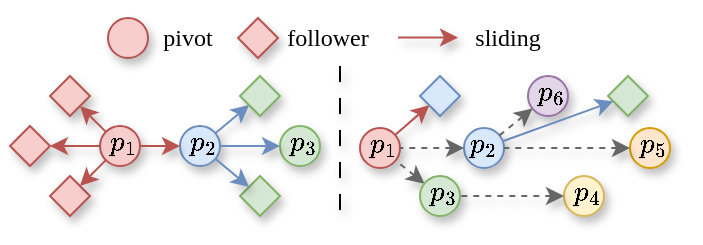
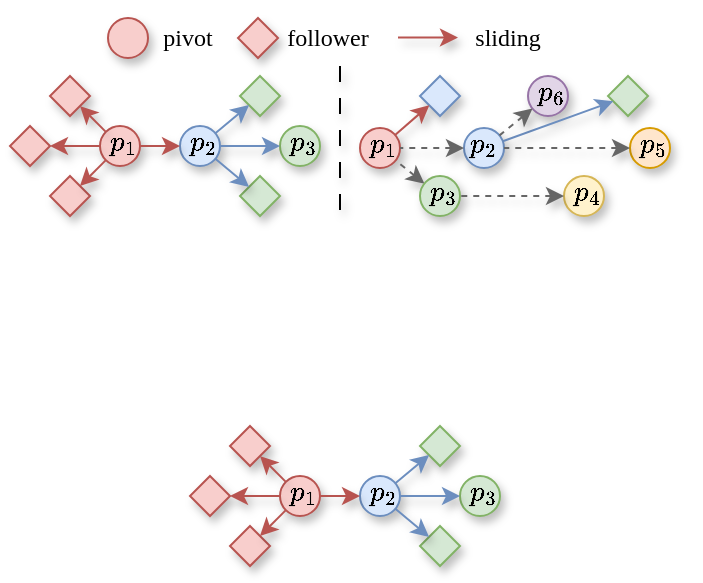
<mxfile host="app.diagrams.net">
  <diagram name="第 1 页" id="6DTQZI43wFjT-DsdCTgL">
-     <mxGraphModel dx="441" dy="1076" grid="1" gridSize="10" guides="1" tooltips="1" connect="1" arrows="1" fold="1" page="1" pageScale="1" pageWidth="827" pageHeight="1169" math="1" shadow="0">
+     <mxGraphModel dx="498" dy="352" grid="1" gridSize="10" guides="1" tooltips="1" connect="1" arrows="1" fold="1" page="1" pageScale="1" pageWidth="827" pageHeight="1169" math="1" shadow="0">
      <root>
        <mxCell id="0" />
        <mxCell id="1" parent="0" />
        <mxCell id="bOLw4BUNBPlwtmLg7S2c-1" parent="1" style="ellipse;whiteSpace=wrap;html=1;aspect=fixed;fillColor=#f8cecc;strokeColor=#b85450;shadow=1;" value="" vertex="1">
          <mxGeometry height="20" width="20" x="150" y="520" as="geometry" />
        </mxCell>
        <mxCell id="bOLw4BUNBPlwtmLg7S2c-2" parent="1" style="ellipse;whiteSpace=wrap;html=1;aspect=fixed;fillColor=#dae8fc;strokeColor=#6c8ebf;shadow=1;" value="" vertex="1">
          <mxGeometry height="20" width="20" x="190" y="520" as="geometry" />
        </mxCell>
        <mxCell id="bOLw4BUNBPlwtmLg7S2c-5" parent="1" style="rhombus;whiteSpace=wrap;html=1;fillColor=#f8cecc;strokeColor=#b85450;shadow=1;" value="" vertex="1">
          <mxGeometry height="20" width="20" x="125" y="495" as="geometry" />
        </mxCell>
        <mxCell id="bOLw4BUNBPlwtmLg7S2c-6" parent="1" style="rhombus;whiteSpace=wrap;html=1;fillColor=#f8cecc;strokeColor=#b85450;shadow=1;" value="" vertex="1">
          <mxGeometry height="20" width="20" x="105" y="520" as="geometry" />
        </mxCell>
        <mxCell id="bOLw4BUNBPlwtmLg7S2c-7" parent="1" style="rhombus;whiteSpace=wrap;html=1;fillColor=#f8cecc;strokeColor=#b85450;shadow=1;" value="" vertex="1">
          <mxGeometry height="20" width="20" x="125" y="545" as="geometry" />
        </mxCell>
        <mxCell id="bOLw4BUNBPlwtmLg7S2c-8" parent="1" style="rhombus;whiteSpace=wrap;html=1;fillColor=#d5e8d4;strokeColor=#82b366;shadow=1;" value="" vertex="1">
          <mxGeometry height="20" width="20" x="220" y="495" as="geometry" />
        </mxCell>
        <mxCell id="bOLw4BUNBPlwtmLg7S2c-10" parent="1" style="rhombus;whiteSpace=wrap;html=1;fillColor=#d5e8d4;strokeColor=#82b366;shadow=1;" value="" vertex="1">
          <mxGeometry height="20" width="20" x="220" y="545" as="geometry" />
        </mxCell>
        <mxCell id="bOLw4BUNBPlwtmLg7S2c-11" parent="1" style="ellipse;whiteSpace=wrap;html=1;aspect=fixed;fillColor=#d5e8d4;strokeColor=#82b366;shadow=1;" value="" vertex="1">
          <mxGeometry height="20" width="20" x="240" y="520" as="geometry" />
        </mxCell>
        <mxCell id="bOLw4BUNBPlwtmLg7S2c-12" edge="1" parent="1" source="bOLw4BUNBPlwtmLg7S2c-5" style="endArrow=none;html=1;rounded=0;fillColor=#f8cecc;strokeColor=#b85450;startArrow=classic;startFill=1;shadow=1;" target="bOLw4BUNBPlwtmLg7S2c-1" value="">
          <mxGeometry height="50" relative="1" width="50" as="geometry">
            <mxPoint x="220" y="600" as="sourcePoint" />
            <mxPoint x="270" y="550" as="targetPoint" />
          </mxGeometry>
        </mxCell>
        <mxCell id="bOLw4BUNBPlwtmLg7S2c-13" edge="1" parent="1" source="bOLw4BUNBPlwtmLg7S2c-6" style="endArrow=none;html=1;rounded=0;fillColor=#f8cecc;strokeColor=#b85450;startArrow=classic;startFill=1;shadow=1;" target="bOLw4BUNBPlwtmLg7S2c-1" value="">
          <mxGeometry height="50" relative="1" width="50" as="geometry">
            <mxPoint x="170" y="570" as="sourcePoint" />
            <mxPoint x="198" y="598" as="targetPoint" />
          </mxGeometry>
        </mxCell>
        <mxCell id="bOLw4BUNBPlwtmLg7S2c-14" edge="1" parent="1" source="bOLw4BUNBPlwtmLg7S2c-7" style="endArrow=none;html=1;rounded=0;fillColor=#f8cecc;strokeColor=#b85450;startArrow=classic;startFill=1;shadow=1;" target="bOLw4BUNBPlwtmLg7S2c-1" value="">
          <mxGeometry height="50" relative="1" width="50" as="geometry">
            <mxPoint x="150" y="580" as="sourcePoint" />
            <mxPoint x="190" y="580" as="targetPoint" />
          </mxGeometry>
        </mxCell>
        <mxCell id="bOLw4BUNBPlwtmLg7S2c-15" edge="1" parent="1" source="bOLw4BUNBPlwtmLg7S2c-2" style="endArrow=none;html=1;rounded=0;fillColor=#f8cecc;strokeColor=#b85450;startArrow=classic;startFill=1;shadow=1;" target="bOLw4BUNBPlwtmLg7S2c-1" value="">
          <mxGeometry height="50" relative="1" width="50" as="geometry">
            <mxPoint x="170.00017864750578" y="532.0002156090586" as="sourcePoint" />
            <mxPoint x="221.62" y="594.3" as="targetPoint" />
          </mxGeometry>
        </mxCell>
        <mxCell id="bOLw4BUNBPlwtmLg7S2c-16" edge="1" parent="1" source="bOLw4BUNBPlwtmLg7S2c-8" style="endArrow=none;html=1;rounded=0;fillColor=#dae8fc;strokeColor=#6c8ebf;startArrow=classic;startFill=1;shadow=1;" target="bOLw4BUNBPlwtmLg7S2c-2" value="">
          <mxGeometry height="50" relative="1" width="50" as="geometry">
            <mxPoint x="237.1428571428571" y="443.5728571428571" as="sourcePoint" />
            <mxPoint x="200" y="536.43" as="targetPoint" />
          </mxGeometry>
        </mxCell>
        <mxCell id="bOLw4BUNBPlwtmLg7S2c-17" edge="1" parent="1" source="bOLw4BUNBPlwtmLg7S2c-11" style="endArrow=none;html=1;rounded=0;fillColor=#dae8fc;strokeColor=#6c8ebf;startArrow=classic;startFill=1;shadow=1;" target="bOLw4BUNBPlwtmLg7S2c-2" value="">
          <mxGeometry height="50" relative="1" width="50" as="geometry">
            <mxPoint x="248" y="530" as="sourcePoint" />
            <mxPoint x="220" y="558" as="targetPoint" />
          </mxGeometry>
        </mxCell>
        <mxCell id="bOLw4BUNBPlwtmLg7S2c-18" edge="1" parent="1" source="bOLw4BUNBPlwtmLg7S2c-10" style="endArrow=none;html=1;rounded=0;fillColor=#dae8fc;strokeColor=#6c8ebf;startArrow=classic;startFill=1;shadow=1;" target="bOLw4BUNBPlwtmLg7S2c-2" value="">
          <mxGeometry height="50" relative="1" width="50" as="geometry">
            <mxPoint x="300" y="570" as="sourcePoint" />
            <mxPoint x="260" y="570" as="targetPoint" />
          </mxGeometry>
        </mxCell>
        <mxCell id="bOLw4BUNBPlwtmLg7S2c-21" parent="1" style="ellipse;whiteSpace=wrap;html=1;aspect=fixed;fillColor=#f8cecc;strokeColor=#b85450;shadow=1;" value="" vertex="1">
          <mxGeometry height="20" width="20" x="280" y="521" as="geometry" />
        </mxCell>
        <mxCell id="bOLw4BUNBPlwtmLg7S2c-22" parent="1" style="rhombus;whiteSpace=wrap;html=1;fillColor=#dae8fc;strokeColor=#6c8ebf;shadow=1;" value="" vertex="1">
          <mxGeometry height="20" width="20" x="310" y="495" as="geometry" />
        </mxCell>
        <mxCell id="bOLw4BUNBPlwtmLg7S2c-24" parent="1" style="ellipse;whiteSpace=wrap;html=1;aspect=fixed;fillColor=#dae8fc;strokeColor=#6c8ebf;shadow=1;" value="" vertex="1">
          <mxGeometry height="20" width="20" x="332" y="521" as="geometry" />
        </mxCell>
        <mxCell id="bOLw4BUNBPlwtmLg7S2c-25" edge="1" parent="1" source="bOLw4BUNBPlwtmLg7S2c-22" style="endArrow=none;html=1;rounded=0;fillColor=#f8cecc;strokeColor=#b85450;startArrow=classic;startFill=1;shadow=1;" target="bOLw4BUNBPlwtmLg7S2c-21" value="">
          <mxGeometry height="50" relative="1" width="50" as="geometry">
            <mxPoint x="327.1428571428571" y="444.5728571428572" as="sourcePoint" />
            <mxPoint x="290" y="537.43" as="targetPoint" />
          </mxGeometry>
        </mxCell>
        <mxCell id="bOLw4BUNBPlwtmLg7S2c-26" edge="1" parent="1" source="bOLw4BUNBPlwtmLg7S2c-24" style="endArrow=none;html=1;rounded=0;fillColor=#f8cecc;strokeColor=#666666;startArrow=classic;startFill=1;dashed=1;shadow=1;" target="bOLw4BUNBPlwtmLg7S2c-21" value="">
          <mxGeometry height="50" relative="1" width="50" as="geometry">
            <mxPoint x="338" y="531" as="sourcePoint" />
            <mxPoint x="310" y="559" as="targetPoint" />
          </mxGeometry>
        </mxCell>
        <mxCell id="bOLw4BUNBPlwtmLg7S2c-27" edge="1" parent="1" source="bOLw4BUNBPlwtmLg7S2c-29" style="endArrow=none;html=1;rounded=0;fillColor=#f8cecc;strokeColor=#666666;startArrow=classic;startFill=1;dashed=1;shadow=1;" target="bOLw4BUNBPlwtmLg7S2c-21" value="">
          <mxGeometry height="50" relative="1" width="50" as="geometry">
            <mxPoint x="325" y="566" as="sourcePoint" />
            <mxPoint x="350" y="571" as="targetPoint" />
          </mxGeometry>
        </mxCell>
        <mxCell id="bOLw4BUNBPlwtmLg7S2c-29" parent="1" style="ellipse;whiteSpace=wrap;html=1;aspect=fixed;fillColor=#d5e8d4;strokeColor=#82b366;shadow=1;" value="" vertex="1">
          <mxGeometry height="20" width="20" x="310" y="545" as="geometry" />
        </mxCell>
        <mxCell id="bOLw4BUNBPlwtmLg7S2c-30" parent="1" style="ellipse;whiteSpace=wrap;html=1;aspect=fixed;fillColor=#e1d5e7;strokeColor=#9673a6;shadow=1;" value="" vertex="1">
          <mxGeometry height="20" width="20" x="364" y="495" as="geometry" />
        </mxCell>
        <mxCell id="bOLw4BUNBPlwtmLg7S2c-31" parent="1" style="ellipse;whiteSpace=wrap;html=1;aspect=fixed;fillColor=#ffe6cc;strokeColor=#d79b00;shadow=1;" value="" vertex="1">
          <mxGeometry height="20" width="20" x="415" y="521" as="geometry" />
        </mxCell>
        <mxCell id="bOLw4BUNBPlwtmLg7S2c-32" parent="1" style="ellipse;whiteSpace=wrap;html=1;aspect=fixed;fillColor=#fff2cc;strokeColor=#d6b656;shadow=1;" value="" vertex="1">
          <mxGeometry height="20" width="20" x="382" y="545" as="geometry" />
        </mxCell>
        <mxCell id="bOLw4BUNBPlwtmLg7S2c-34" parent="1" style="rhombus;whiteSpace=wrap;html=1;fillColor=#d5e8d4;strokeColor=#82b366;shadow=1;" value="" vertex="1">
          <mxGeometry height="20" width="20" x="404" y="495" as="geometry" />
        </mxCell>
        <mxCell id="bOLw4BUNBPlwtmLg7S2c-36" edge="1" parent="1" style="endArrow=none;html=1;rounded=0;dashed=1;dashPattern=8 8;shadow=1;" value="">
          <mxGeometry height="50" relative="1" width="50" as="geometry">
            <mxPoint x="270" y="490" as="sourcePoint" />
            <mxPoint x="270" y="570" as="targetPoint" />
          </mxGeometry>
        </mxCell>
        <mxCell id="bOLw4BUNBPlwtmLg7S2c-37" edge="1" parent="1" source="bOLw4BUNBPlwtmLg7S2c-34" style="endArrow=none;html=1;rounded=0;fillColor=#dae8fc;strokeColor=#6c8ebf;startArrow=classic;startFill=1;shadow=1;" target="bOLw4BUNBPlwtmLg7S2c-24" value="">
          <mxGeometry height="50" relative="1" width="50" as="geometry">
            <mxPoint x="408" y="551" as="sourcePoint" />
            <mxPoint x="380" y="579" as="targetPoint" />
          </mxGeometry>
        </mxCell>
        <mxCell id="bOLw4BUNBPlwtmLg7S2c-38" edge="1" parent="1" source="bOLw4BUNBPlwtmLg7S2c-32" style="endArrow=none;html=1;rounded=0;fillColor=#f8cecc;strokeColor=#666666;startArrow=classic;startFill=1;dashed=1;shadow=1;" target="bOLw4BUNBPlwtmLg7S2c-29" value="">
          <mxGeometry height="50" relative="1" width="50" as="geometry">
            <mxPoint x="390" y="551" as="sourcePoint" />
            <mxPoint x="350" y="551" as="targetPoint" />
          </mxGeometry>
        </mxCell>
        <mxCell id="bOLw4BUNBPlwtmLg7S2c-39" edge="1" parent="1" source="bOLw4BUNBPlwtmLg7S2c-30" style="endArrow=none;html=1;rounded=0;fillColor=#f8cecc;strokeColor=#666666;startArrow=classic;startFill=1;dashed=1;shadow=1;" target="bOLw4BUNBPlwtmLg7S2c-24" value="">
          <mxGeometry height="50" relative="1" width="50" as="geometry">
            <mxPoint x="500" y="591" as="sourcePoint" />
            <mxPoint x="430" y="591" as="targetPoint" />
          </mxGeometry>
        </mxCell>
        <mxCell id="bOLw4BUNBPlwtmLg7S2c-40" edge="1" parent="1" source="bOLw4BUNBPlwtmLg7S2c-31" style="endArrow=none;html=1;rounded=0;fillColor=#f8cecc;strokeColor=#666666;startArrow=classic;startFill=1;dashed=1;shadow=1;" target="bOLw4BUNBPlwtmLg7S2c-24" value="">
          <mxGeometry height="50" relative="1" width="50" as="geometry">
            <mxPoint x="470" y="561" as="sourcePoint" />
            <mxPoint x="430" y="563" as="targetPoint" />
          </mxGeometry>
        </mxCell>
        <mxCell id="bOLw4BUNBPlwtmLg7S2c-42" parent="1" style="ellipse;whiteSpace=wrap;html=1;fillColor=#f8cecc;strokeColor=#b85450;shadow=1;" value="" vertex="1">
          <mxGeometry height="20" width="20" x="154" y="466" as="geometry" />
        </mxCell>
        <mxCell id="bOLw4BUNBPlwtmLg7S2c-43" parent="1" style="text;html=1;whiteSpace=wrap;strokeColor=none;fillColor=none;align=center;verticalAlign=middle;rounded=0;shadow=1;" value="&lt;font face=&quot;Times New Roman&quot;&gt;pivot&lt;/font&gt;" vertex="1">
          <mxGeometry height="30" width="60" x="164" y="461" as="geometry" />
        </mxCell>
        <mxCell id="bOLw4BUNBPlwtmLg7S2c-44" parent="1" style="rhombus;whiteSpace=wrap;html=1;fillColor=#f8cecc;strokeColor=#b85450;shadow=1;" value="" vertex="1">
          <mxGeometry height="20" width="20" x="219" y="466" as="geometry" />
        </mxCell>
        <mxCell id="bOLw4BUNBPlwtmLg7S2c-45" parent="1" style="text;html=1;whiteSpace=wrap;strokeColor=none;fillColor=none;align=center;verticalAlign=middle;rounded=0;shadow=1;" value="&lt;font face=&quot;Times New Roman&quot;&gt;follower&lt;/font&gt;" vertex="1">
          <mxGeometry height="30" width="60" x="234" y="461" as="geometry" />
        </mxCell>
        <mxCell id="bOLw4BUNBPlwtmLg7S2c-46" edge="1" parent="1" style="endArrow=none;html=1;rounded=0;fillColor=#f8cecc;strokeColor=#b85450;startArrow=classic;startFill=1;shadow=1;" value="">
          <mxGeometry height="50" relative="1" width="50" as="geometry">
            <mxPoint x="329" y="475.76" as="sourcePoint" />
            <mxPoint x="299" y="475.76" as="targetPoint" />
          </mxGeometry>
        </mxCell>
        <mxCell id="bOLw4BUNBPlwtmLg7S2c-47" parent="1" style="text;html=1;whiteSpace=wrap;strokeColor=none;fillColor=none;align=center;verticalAlign=middle;rounded=0;shadow=1;" value="&lt;font face=&quot;Times New Roman&quot;&gt;sliding&lt;/font&gt;" vertex="1">
          <mxGeometry height="30" width="60" x="324" y="461" as="geometry" />
        </mxCell>
        <mxCell id="mxuoR5gjSK6Hbij5tWnN-3" parent="1" style="text;html=1;whiteSpace=wrap;strokeColor=none;fillColor=none;align=center;verticalAlign=middle;rounded=0;" value="$$p_1$$" vertex="1">
          <mxGeometry height="20" width="20" x="282" y="519" as="geometry" />
        </mxCell>
        <mxCell id="mxuoR5gjSK6Hbij5tWnN-4" parent="1" style="text;html=1;whiteSpace=wrap;strokeColor=none;fillColor=none;align=center;verticalAlign=middle;rounded=0;" value="$$p_1$$" vertex="1">
          <mxGeometry height="20" width="20" x="152" y="518" as="geometry" />
        </mxCell>
        <mxCell id="mxuoR5gjSK6Hbij5tWnN-5" parent="1" style="text;html=1;whiteSpace=wrap;strokeColor=none;fillColor=none;align=center;verticalAlign=middle;rounded=0;" value="$$p_2$$" vertex="1">
          <mxGeometry height="20" width="20" x="192" y="518" as="geometry" />
        </mxCell>
        <mxCell id="mxuoR5gjSK6Hbij5tWnN-6" parent="1" style="text;html=1;whiteSpace=wrap;strokeColor=none;fillColor=none;align=center;verticalAlign=middle;rounded=0;" value="$$p_2$$" vertex="1">
          <mxGeometry height="20" width="20" x="332" y="519" as="geometry" />
        </mxCell>
        <mxCell id="mxuoR5gjSK6Hbij5tWnN-7" parent="1" style="text;html=1;whiteSpace=wrap;strokeColor=none;fillColor=none;align=center;verticalAlign=middle;rounded=0;" value="$$p_3$$" vertex="1">
          <mxGeometry height="20" width="20" x="312" y="543" as="geometry" />
        </mxCell>
        <mxCell id="mxuoR5gjSK6Hbij5tWnN-8" parent="1" style="text;html=1;whiteSpace=wrap;strokeColor=none;fillColor=none;align=center;verticalAlign=middle;rounded=0;" value="$$p_3$$" vertex="1">
          <mxGeometry height="20" width="20" x="242" y="518" as="geometry" />
        </mxCell>
        <mxCell id="mxuoR5gjSK6Hbij5tWnN-9" parent="1" style="text;html=1;whiteSpace=wrap;strokeColor=none;fillColor=none;align=center;verticalAlign=middle;rounded=0;" value="$$p_4$$" vertex="1">
          <mxGeometry height="20" width="20" x="384" y="543" as="geometry" />
        </mxCell>
        <mxCell id="mxuoR5gjSK6Hbij5tWnN-10" parent="1" style="text;html=1;whiteSpace=wrap;strokeColor=none;fillColor=none;align=center;verticalAlign=middle;rounded=0;" value="$$p_5$$" vertex="1">
          <mxGeometry height="20" width="20" x="417" y="519" as="geometry" />
        </mxCell>
        <mxCell id="mxuoR5gjSK6Hbij5tWnN-11" parent="1" style="text;html=1;whiteSpace=wrap;strokeColor=none;fillColor=none;align=center;verticalAlign=middle;rounded=0;" value="$$p_6$$" vertex="1">
          <mxGeometry height="20" width="20" x="366" y="493" as="geometry" />
        </mxCell>
+         <mxCell id="tk2ec_w7xnF3TCXCBOF0-1" parent="1" style="ellipse;whiteSpace=wrap;html=1;aspect=fixed;fillColor=#f8cecc;strokeColor=#b85450;shadow=1;" value="" vertex="1">
+           <mxGeometry height="20" width="20" x="240" y="695" as="geometry" />
+         </mxCell>
+         <mxCell id="tk2ec_w7xnF3TCXCBOF0-2" parent="1" style="ellipse;whiteSpace=wrap;html=1;aspect=fixed;fillColor=#dae8fc;strokeColor=#6c8ebf;shadow=1;" value="" vertex="1">
+           <mxGeometry height="20" width="20" x="280" y="695" as="geometry" />
+         </mxCell>
+         <mxCell id="tk2ec_w7xnF3TCXCBOF0-3" parent="1" style="rhombus;whiteSpace=wrap;html=1;fillColor=#f8cecc;strokeColor=#b85450;shadow=1;" value="" vertex="1">
+           <mxGeometry height="20" width="20" x="215" y="670" as="geometry" />
+         </mxCell>
+         <mxCell id="tk2ec_w7xnF3TCXCBOF0-4" parent="1" style="rhombus;whiteSpace=wrap;html=1;fillColor=#f8cecc;strokeColor=#b85450;shadow=1;" value="" vertex="1">
+           <mxGeometry height="20" width="20" x="195" y="695" as="geometry" />
+         </mxCell>
+         <mxCell id="tk2ec_w7xnF3TCXCBOF0-5" parent="1" style="rhombus;whiteSpace=wrap;html=1;fillColor=#f8cecc;strokeColor=#b85450;shadow=1;" value="" vertex="1">
+           <mxGeometry height="20" width="20" x="215" y="720" as="geometry" />
+         </mxCell>
+         <mxCell id="tk2ec_w7xnF3TCXCBOF0-6" parent="1" style="rhombus;whiteSpace=wrap;html=1;fillColor=#d5e8d4;strokeColor=#82b366;shadow=1;" value="" vertex="1">
+           <mxGeometry height="20" width="20" x="310" y="670" as="geometry" />
+         </mxCell>
+         <mxCell id="tk2ec_w7xnF3TCXCBOF0-7" parent="1" style="rhombus;whiteSpace=wrap;html=1;fillColor=#d5e8d4;strokeColor=#82b366;shadow=1;" value="" vertex="1">
+           <mxGeometry height="20" width="20" x="310" y="720" as="geometry" />
+         </mxCell>
+         <mxCell id="tk2ec_w7xnF3TCXCBOF0-8" parent="1" style="ellipse;whiteSpace=wrap;html=1;aspect=fixed;fillColor=#d5e8d4;strokeColor=#82b366;shadow=1;" value="" vertex="1">
+           <mxGeometry height="20" width="20" x="330" y="695" as="geometry" />
+         </mxCell>
+         <mxCell id="tk2ec_w7xnF3TCXCBOF0-9" edge="1" parent="1" source="tk2ec_w7xnF3TCXCBOF0-3" style="endArrow=none;html=1;rounded=0;fillColor=#f8cecc;strokeColor=#b85450;startArrow=classic;startFill=1;shadow=1;" target="tk2ec_w7xnF3TCXCBOF0-1" value="">
+           <mxGeometry height="50" relative="1" width="50" as="geometry">
+             <mxPoint x="310" y="775" as="sourcePoint" />
+             <mxPoint x="360" y="725" as="targetPoint" />
+           </mxGeometry>
+         </mxCell>
+         <mxCell id="tk2ec_w7xnF3TCXCBOF0-10" edge="1" parent="1" source="tk2ec_w7xnF3TCXCBOF0-4" style="endArrow=none;html=1;rounded=0;fillColor=#f8cecc;strokeColor=#b85450;startArrow=classic;startFill=1;shadow=1;" target="tk2ec_w7xnF3TCXCBOF0-1" value="">
+           <mxGeometry height="50" relative="1" width="50" as="geometry">
+             <mxPoint x="260" y="745" as="sourcePoint" />
+             <mxPoint x="288" y="773" as="targetPoint" />
+           </mxGeometry>
+         </mxCell>
+         <mxCell id="tk2ec_w7xnF3TCXCBOF0-11" edge="1" parent="1" source="tk2ec_w7xnF3TCXCBOF0-5" style="endArrow=none;html=1;rounded=0;fillColor=#f8cecc;strokeColor=#b85450;startArrow=classic;startFill=1;shadow=1;" target="tk2ec_w7xnF3TCXCBOF0-1" value="">
+           <mxGeometry height="50" relative="1" width="50" as="geometry">
+             <mxPoint x="240" y="755" as="sourcePoint" />
+             <mxPoint x="280" y="755" as="targetPoint" />
+           </mxGeometry>
+         </mxCell>
+         <mxCell id="tk2ec_w7xnF3TCXCBOF0-12" edge="1" parent="1" source="tk2ec_w7xnF3TCXCBOF0-2" style="endArrow=none;html=1;rounded=0;fillColor=#f8cecc;strokeColor=#b85450;startArrow=classic;startFill=1;shadow=1;" target="tk2ec_w7xnF3TCXCBOF0-1" value="">
+           <mxGeometry height="50" relative="1" width="50" as="geometry">
+             <mxPoint x="260.0001786475058" y="707.0002156090586" as="sourcePoint" />
+             <mxPoint x="311.62" y="769.3" as="targetPoint" />
+           </mxGeometry>
+         </mxCell>
+         <mxCell id="tk2ec_w7xnF3TCXCBOF0-13" edge="1" parent="1" source="tk2ec_w7xnF3TCXCBOF0-6" style="endArrow=none;html=1;rounded=0;fillColor=#dae8fc;strokeColor=#6c8ebf;startArrow=classic;startFill=1;shadow=1;" target="tk2ec_w7xnF3TCXCBOF0-2" value="">
+           <mxGeometry height="50" relative="1" width="50" as="geometry">
+             <mxPoint x="327.1428571428571" y="618.5728571428572" as="sourcePoint" />
+             <mxPoint x="290" y="711.43" as="targetPoint" />
+           </mxGeometry>
+         </mxCell>
+         <mxCell id="tk2ec_w7xnF3TCXCBOF0-14" edge="1" parent="1" source="tk2ec_w7xnF3TCXCBOF0-8" style="endArrow=none;html=1;rounded=0;fillColor=#dae8fc;strokeColor=#6c8ebf;startArrow=classic;startFill=1;shadow=1;" target="tk2ec_w7xnF3TCXCBOF0-2" value="">
+           <mxGeometry height="50" relative="1" width="50" as="geometry">
+             <mxPoint x="338" y="705" as="sourcePoint" />
+             <mxPoint x="310" y="733" as="targetPoint" />
+           </mxGeometry>
+         </mxCell>
+         <mxCell id="tk2ec_w7xnF3TCXCBOF0-15" edge="1" parent="1" source="tk2ec_w7xnF3TCXCBOF0-7" style="endArrow=none;html=1;rounded=0;fillColor=#dae8fc;strokeColor=#6c8ebf;startArrow=classic;startFill=1;shadow=1;" target="tk2ec_w7xnF3TCXCBOF0-2" value="">
+           <mxGeometry height="50" relative="1" width="50" as="geometry">
+             <mxPoint x="390" y="745" as="sourcePoint" />
+             <mxPoint x="350" y="745" as="targetPoint" />
+           </mxGeometry>
+         </mxCell>
+         <mxCell id="tk2ec_w7xnF3TCXCBOF0-16" parent="1" style="text;html=1;whiteSpace=wrap;strokeColor=none;fillColor=none;align=center;verticalAlign=middle;rounded=0;" value="$$p_1$$" vertex="1">
+           <mxGeometry height="20" width="20" x="242" y="693" as="geometry" />
+         </mxCell>
+         <mxCell id="tk2ec_w7xnF3TCXCBOF0-17" parent="1" style="text;html=1;whiteSpace=wrap;strokeColor=none;fillColor=none;align=center;verticalAlign=middle;rounded=0;" value="$$p_2$$" vertex="1">
+           <mxGeometry height="20" width="20" x="282" y="693" as="geometry" />
+         </mxCell>
+         <mxCell id="tk2ec_w7xnF3TCXCBOF0-18" parent="1" style="text;html=1;whiteSpace=wrap;strokeColor=none;fillColor=none;align=center;verticalAlign=middle;rounded=0;" value="$$p_3$$" vertex="1">
+           <mxGeometry height="20" width="20" x="332" y="693" as="geometry" />
+         </mxCell>
      </root>
    </mxGraphModel>
  </diagram>
</mxfile>
